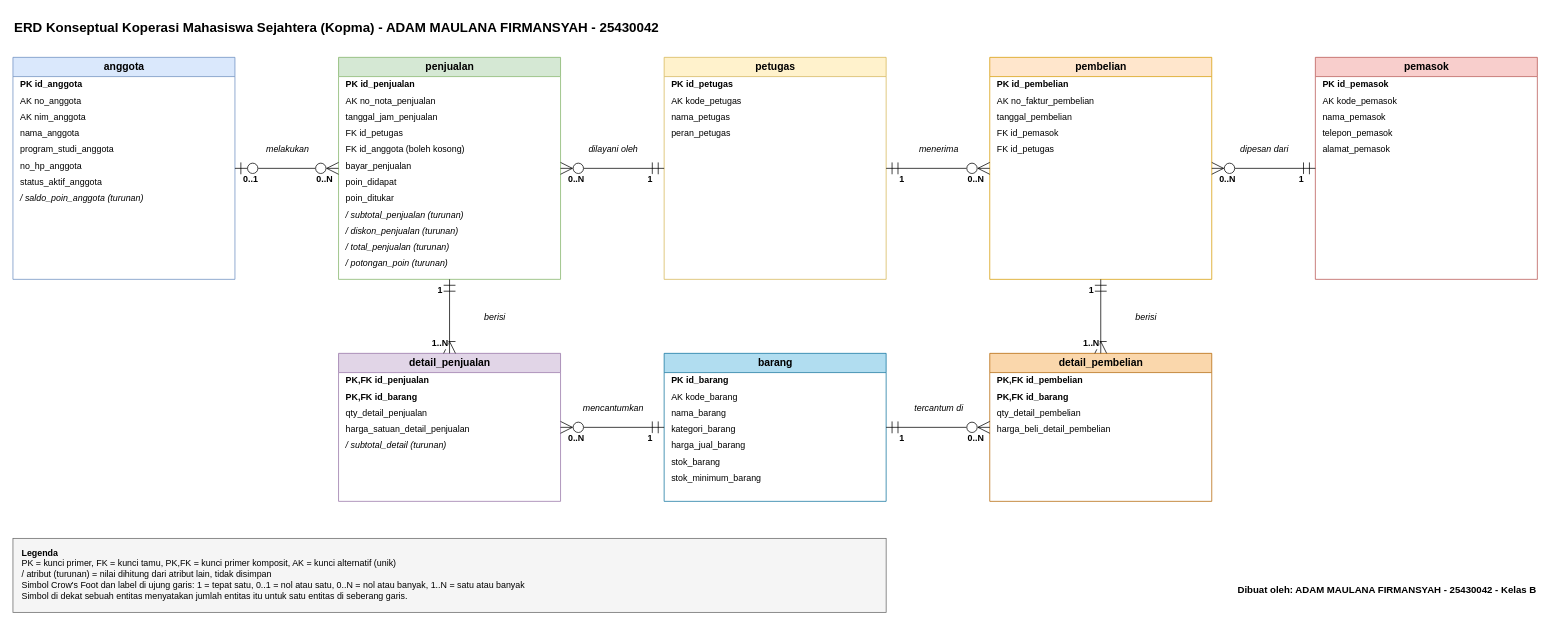
Before: p03_erd_kopma_25430042.drawio in adam25430042/basisdata-25430042, a draw.io diagram. Source tidied: cells renumbered, new cells numbered last; positions are measured from the earlier drawing's top-left corner, leaving out a move shared by most shapes. Both pictures are drawn from the tidied source at 74%, with x=0, y=0 at pixel (13, 13).
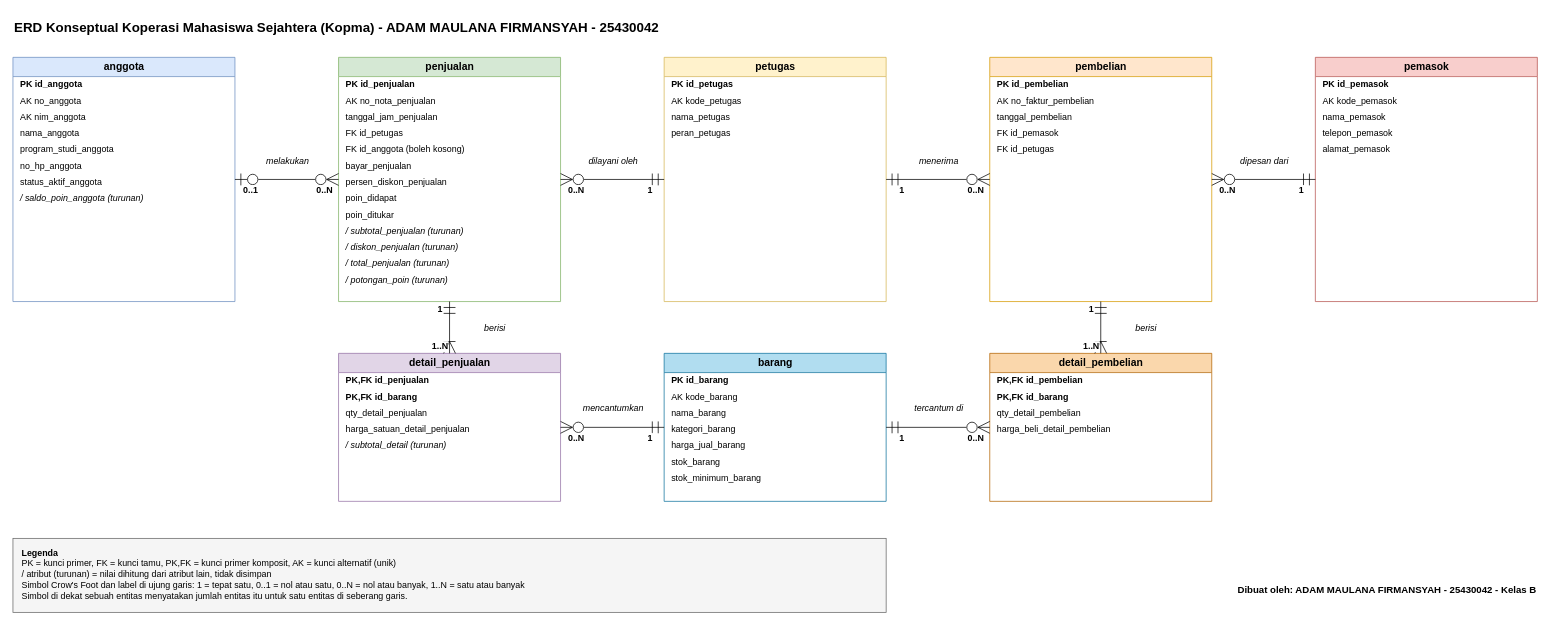
The same page after the edit.

Commit message (it also covers changes not shown here):
p03: simpan persen diskon per nota pada erd kopma

Change to the diagram source:
```diff
@@
     <mxCell id="3" value="anggota" style="swimlane;fontStyle=1;startSize=26;horizontal=1;html=1;fillColor=#dae8fc;strokeColor=#6c8ebf;swimlaneFillColor=#ffffff;fontSize=14;align=center;" parent="1" vertex="1">
-      <mxGeometry y="60" width="300" height="300" as="geometry" />
+      <mxGeometry y="60" width="300" height="330" as="geometry" />
     </mxCell>
@@
     <mxCell id="12" value="penjualan" style="swimlane;fontStyle=1;startSize=26;horizontal=1;html=1;fillColor=#d5e8d4;strokeColor=#82b366;swimlaneFillColor=#ffffff;fontSize=14;align=center;" parent="1" vertex="1">
-      <mxGeometry x="440" y="60" width="300" height="300" as="geometry" />
+      <mxGeometry x="440" y="60" width="300" height="330" as="geometry" />
     </mxCell>
@@
-    <mxCell id="19" value="       poin_didapat" style="text;html=1;strokeColor=none;fillColor=none;align=left;verticalAlign=middle;spacingLeft=8;fontSize=12;whiteSpace=nowrap;" parent="12" vertex="1">
+    <mxCell id="19" value="       persen_diskon_penjualan" style="text;html=1;strokeColor=none;fillColor=none;align=left;verticalAlign=middle;spacingLeft=8;fontSize=12;whiteSpace=nowrap;" parent="12" vertex="1">
       <mxGeometry y="158" width="300" height="22" as="geometry" />
     </mxCell>
-    <mxCell id="20" value="       poin_ditukar" style="text;html=1;strokeColor=none;fillColor=none;align=left;verticalAlign=middle;spacingLeft=8;fontSize=12;whiteSpace=nowrap;" parent="12" vertex="1">
+    <mxCell id="20" value="       poin_didapat" style="text;html=1;strokeColor=none;fillColor=none;align=left;verticalAlign=middle;spacingLeft=8;fontSize=12;whiteSpace=nowrap;" parent="12" vertex="1">
       <mxGeometry y="180" width="300" height="22" as="geometry" />
     </mxCell>
-    <mxCell id="21" value="/ subtotal_penjualan   (turunan)" style="text;html=1;strokeColor=none;fillColor=none;align=left;verticalAlign=middle;spacingLeft=8;fontSize=12;whiteSpace=nowrap;fontStyle=2;" parent="12" vertex="1">
+    <mxCell id="21" value="       poin_ditukar" style="text;html=1;strokeColor=none;fillColor=none;align=left;verticalAlign=middle;spacingLeft=8;fontSize=12;whiteSpace=nowrap;" parent="12" vertex="1">
       <mxGeometry y="202" width="300" height="22" as="geometry" />
     </mxCell>
-    <mxCell id="22" value="/ diskon_penjualan   (turunan)" style="text;html=1;strokeColor=none;fillColor=none;align=left;verticalAlign=middle;spacingLeft=8;fontSize=12;whiteSpace=nowrap;fontStyle=2;" parent="12" vertex="1">
+    <mxCell id="22" value="/ subtotal_penjualan   (turunan)" style="text;html=1;strokeColor=none;fillColor=none;align=left;verticalAlign=middle;spacingLeft=8;fontSize=12;whiteSpace=nowrap;fontStyle=2;" parent="12" vertex="1">
       <mxGeometry y="224" width="300" height="22" as="geometry" />
     </mxCell>
-    <mxCell id="23" value="/ total_penjualan   (turunan)" style="text;html=1;strokeColor=none;fillColor=none;align=left;verticalAlign=middle;spacingLeft=8;fontSize=12;whiteSpace=nowrap;fontStyle=2;" parent="12" vertex="1">
+    <mxCell id="23" value="/ diskon_penjualan   (turunan)" style="text;html=1;strokeColor=none;fillColor=none;align=left;verticalAlign=middle;spacingLeft=8;fontSize=12;whiteSpace=nowrap;fontStyle=2;" parent="12" vertex="1">
       <mxGeometry y="246" width="300" height="22" as="geometry" />
     </mxCell>
-    <mxCell id="24" value="/ potongan_poin   (turunan)" style="text;html=1;strokeColor=none;fillColor=none;align=left;verticalAlign=middle;spacingLeft=8;fontSize=12;whiteSpace=nowrap;fontStyle=2;" parent="12" vertex="1">
+    <mxCell id="24" value="/ total_penjualan   (turunan)" style="text;html=1;strokeColor=none;fillColor=none;align=left;verticalAlign=middle;spacingLeft=8;fontSize=12;whiteSpace=nowrap;fontStyle=2;" parent="12" vertex="1">
       <mxGeometry y="268" width="300" height="22" as="geometry" />
     </mxCell>
+    <mxCell id="95" value="/ potongan_poin   (turunan)" style="text;html=1;strokeColor=none;fillColor=none;align=left;verticalAlign=middle;spacingLeft=8;fontSize=12;whiteSpace=nowrap;fontStyle=2;" parent="12" vertex="1">
+      <mxGeometry y="290" width="300" height="22" as="geometry" />
+    </mxCell>
     <mxCell id="25" value="petugas" style="swimlane;fontStyle=1;startSize=26;horizontal=1;html=1;fillColor=#fff2cc;strokeColor=#d6b656;swimlaneFillColor=#ffffff;fontSize=14;align=center;" parent="1" vertex="1">
-      <mxGeometry x="880" y="60" width="300" height="300" as="geometry" />
+      <mxGeometry x="880" y="60" width="300" height="330" as="geometry" />
     </mxCell>
@@
     <mxCell id="30" value="pembelian" style="swimlane;fontStyle=1;startSize=26;horizontal=1;html=1;fillColor=#ffe6cc;strokeColor=#d79b00;swimlaneFillColor=#ffffff;fontSize=14;align=center;" parent="1" vertex="1">
-      <mxGeometry x="1320" y="60" width="300" height="300" as="geometry" />
+      <mxGeometry x="1320" y="60" width="300" height="330" as="geometry" />
     </mxCell>
@@
     <mxCell id="36" value="pemasok" style="swimlane;fontStyle=1;startSize=26;horizontal=1;html=1;fillColor=#f8cecc;strokeColor=#b85450;swimlaneFillColor=#ffffff;fontSize=14;align=center;" parent="1" vertex="1">
-      <mxGeometry x="1760" y="60" width="300" height="300" as="geometry" />
+      <mxGeometry x="1760" y="60" width="300" height="330" as="geometry" />
     </mxCell>
```
